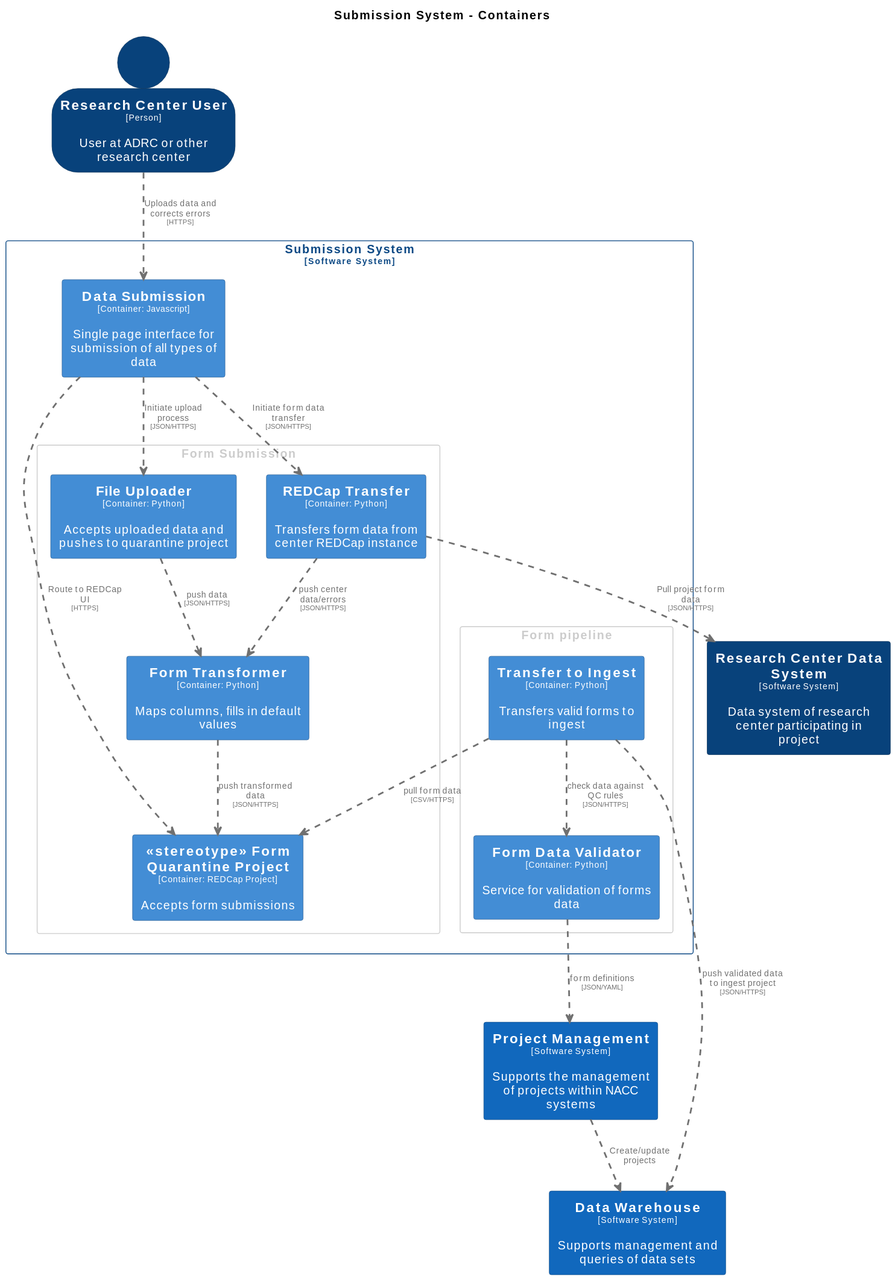
Above: docs/images/structurizr-SubmissionContainers.svg in naccdata/system-design (PlantUML), before the change.
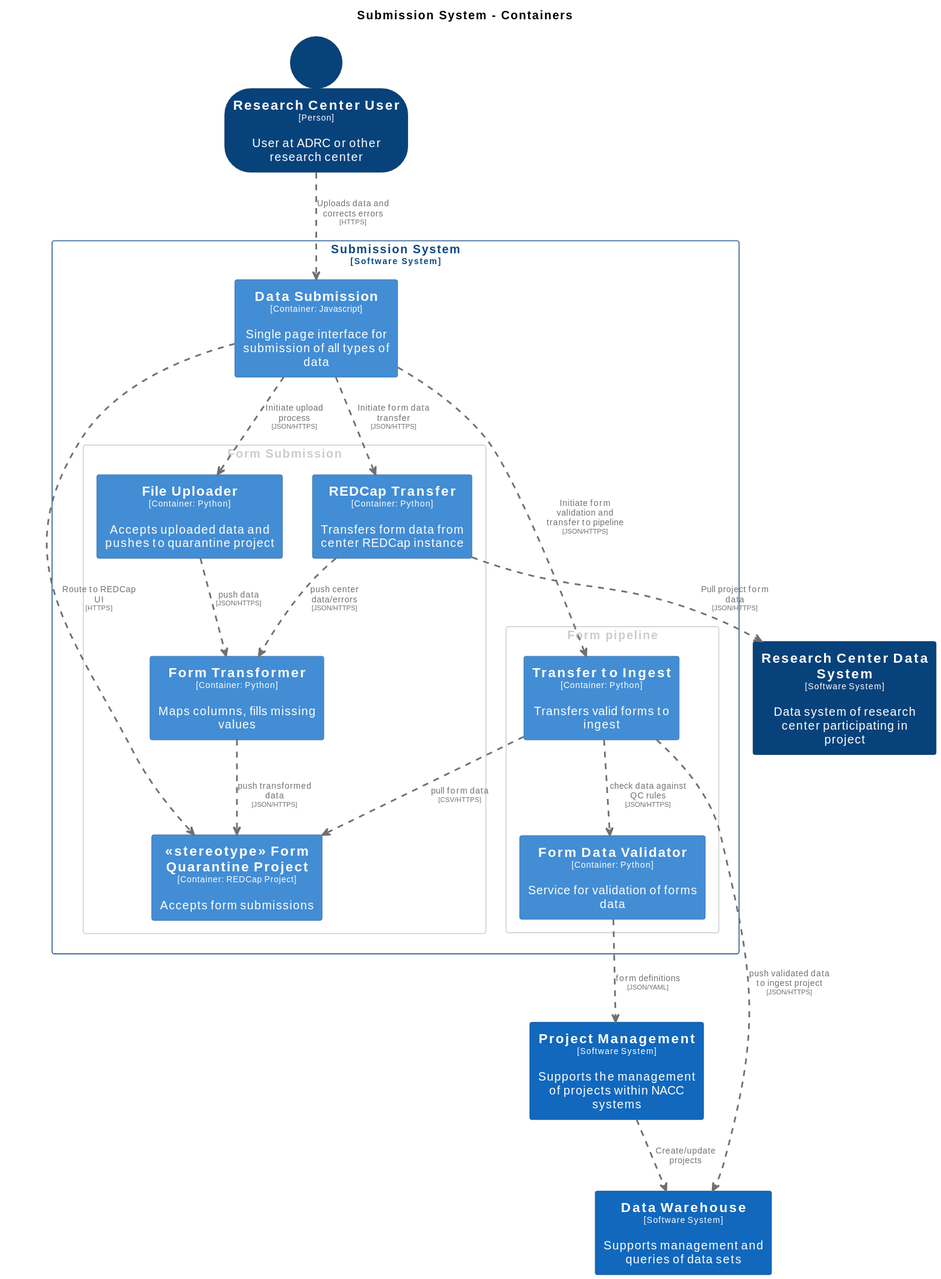
After the commit.

The edit, as a diff of the source:
```diff
@@ -72,8 +72,8 @@
 
 rectangle "==Data Warehouse\n<size:10>[Software System]</size>\n\nSupports management and queries of data sets" <<DataWarehouse>> as DataWarehouse
 rectangle "==Project Management\n<size:10>[Software System]</size>\n\nSupports the management of projects within NACC systems" <<ProjectManagement>> as ProjectManagement
+rectangle "==Research Center Data System\n<size:10>[Software System]</size>\n\nData system of research center participating in project" <<ResearchCenterDataSystem>> as ResearchCenterDataSystem
 person "==Research Center User\n<size:10>[Person]</size>\n\nUser at ADRC or other research center" <<ResearchCenterUser>> as ResearchCenterUser
-rectangle "==Research Center Data System\n<size:10>[Software System]</size>\n\nData system of research center participating in project" <<ResearchCenterDataSystem>> as ResearchCenterDataSystem
 
 rectangle "Submission System\n<size:10>[Software System]</size>" <<SubmissionSystem>> {
   skinparam RectangleBorderColor<<SubmissionSystem>> #0b4884
@@ -84,7 +84,7 @@
     skinparam RectangleFontColor<<group1>> #cccccc
 
     rectangle "==<<stereotype>> Form Quarantine Project\n<size:10>[Container: REDCap Project]</size>\n\nAccepts form submissions" <<SubmissionSystem.stereotypeFormQuarantineProject>> as SubmissionSystem.stereotypeFormQuarantineProject
-    rectangle "==Form Transformer\n<size:10>[Container: Python]</size>\n\nMaps columns, fills in default values" <<SubmissionSystem.FormTransformer>> as SubmissionSystem.FormTransformer
+    rectangle "==Form Transformer\n<size:10>[Container: Python]</size>\n\nMaps columns, fills missing values" <<SubmissionSystem.FormTransformer>> as SubmissionSystem.FormTransformer
     rectangle "==REDCap Transfer\n<size:10>[Container: Python]</size>\n\nTransfers form data from center REDCap instance" <<SubmissionSystem.REDCapTransfer>> as SubmissionSystem.REDCapTransfer
     rectangle "==File Uploader\n<size:10>[Container: Python]</size>\n\nAccepts uploaded data and pushes to quarantine project" <<SubmissionSystem.FileUploader>> as SubmissionSystem.FileUploader
   }
@@ -111,6 +111,7 @@
 SubmissionSystem.REDCapTransfer .[#707070,thickness=2].> SubmissionSystem.FormTransformer : "<color:#707070>push center data/errors\n<color:#707070><size:8>[JSON/HTTPS]</size>"
 SubmissionSystem.FileUploader .[#707070,thickness=2].> SubmissionSystem.FormTransformer : "<color:#707070>push data\n<color:#707070><size:8>[JSON/HTTPS]</size>"
 SubmissionSystem.DataSubmission .[#707070,thickness=2].> SubmissionSystem.REDCapTransfer : "<color:#707070>Initiate form data transfer\n<color:#707070><size:8>[JSON/HTTPS]</size>"
+SubmissionSystem.DataSubmission .[#707070,thickness=2].> SubmissionSystem.TransfertoIngest : "<color:#707070>Initiate form validation and transfer to pipeline\n<color:#707070><size:8>[JSON/HTTPS]</size>"
 SubmissionSystem.DataSubmission .[#707070,thickness=2].> SubmissionSystem.stereotypeFormQuarantineProject : "<color:#707070>Route to REDCap UI\n<color:#707070><size:8>[HTTPS]</size>"
 SubmissionSystem.DataSubmission .[#707070,thickness=2].> SubmissionSystem.FileUploader : "<color:#707070>Initiate upload process\n<color:#707070><size:8>[JSON/HTTPS]</size>"
 @enduml
```
